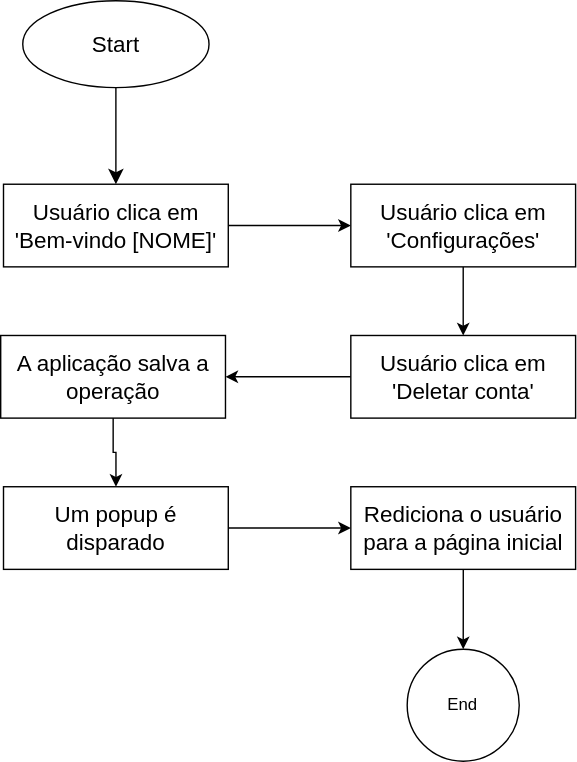
This is docs/img/CT06.svg from ICEI-PUC-Minas-PMV-SI/pmv-si-2023-2-pe1-t2-senectus, a draw.io export, as it was before one commit. Source tidied: cells renumbered, new cells last; positions are measured from the earlier drawing's top-left corner, leaving out a move shared by most shapes.
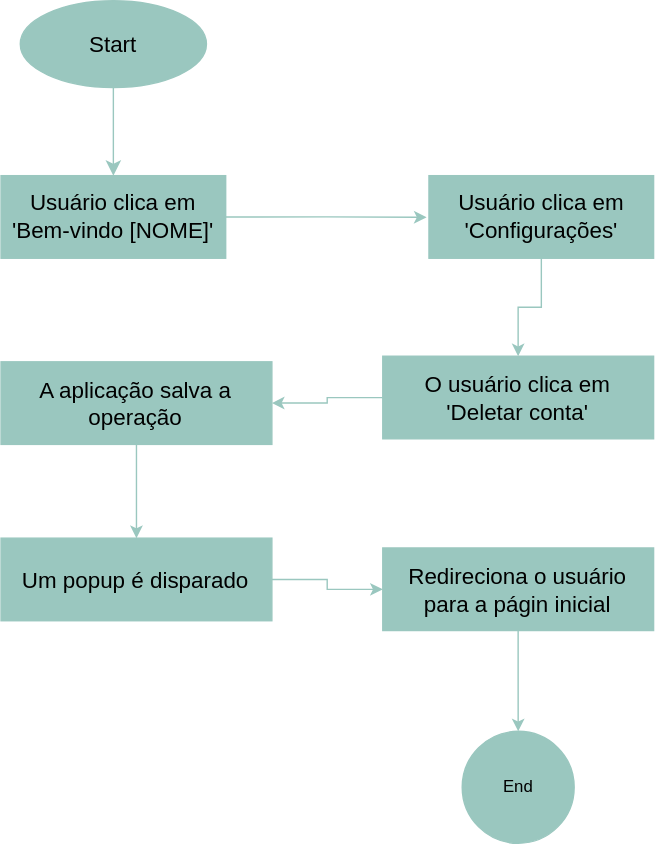
Above is the later version.

What changed in the source:
```diff
@@ -2,50 +2,52 @@
   <root>
     <mxCell id="0" />
     <mxCell id="1" parent="0" />
-    <mxCell id="2" style="edgeStyle=none;curved=1;rounded=0;jettySize=auto;html=1;fontSize=12;startSize=8;endSize=8;" parent="1" edge="1" source="3" target="5">
+    <mxCell id="2" style="edgeStyle=none;curved=1;rounded=0;jettySize=auto;html=1;fontSize=12;startSize=8;endSize=8;fillColor=#9AC7BF;strokeColor=#9AC7BF;" parent="1" edge="1" source="3" target="5">
       <mxGeometry relative="1" as="geometry" />
     </mxCell>
-    <mxCell id="3" value="Start" style="ellipse;whiteSpace=wrap;html=1;fontSize=16;" parent="1" vertex="1">
-      <mxGeometry x="15.8" width="133" height="62" as="geometry" />
+    <mxCell id="3" value="Start" style="ellipse;whiteSpace=wrap;html=1;fontSize=16;fillColor=#9AC7BF;strokeColor=#9AC7BF;" parent="1" vertex="1">
+      <mxGeometry x="-33" width="133" height="62" as="geometry" />
     </mxCell>
-    <mxCell id="4" style="edgeStyle=orthogonalEdgeStyle;rounded=0;jettySize=auto;html=1;" parent="1" edge="1" source="5" target="7">
-      <mxGeometry relative="1" as="geometry" />
-    </mxCell>
+    <mxCell id="17" style="edgeStyle=orthogonalEdgeStyle;rounded=0;jettySize=auto;html=1;exitX=1;exitY=0.5;exitDx=0;exitDy=0;fillColor=#9AC7BF;strokeColor=#9AC7BF;" parent="1" edge="1" source="5">
+      <mxGeometry relative="1" as="geometry">
+        <mxPoint x="257.3" y="154.7" as="targetPoint" />
+      </mxGeometry>
+    </mxCell>
-    <mxCell id="5" value="Usuário clica em&lt;br&gt;'Bem-vindo [NOME]'" style="rounded=0;whiteSpace=wrap;html=1;fontSize=16;" parent="1" vertex="1">
-      <mxGeometry x="2" y="131" width="160.5" height="59" as="geometry" />
+    <mxCell id="5" value="Usuário clica em&lt;br&gt;'Bem-vindo [NOME]'" style="rounded=0;whiteSpace=wrap;html=1;fontSize=16;fillColor=#9AC7BF;strokeColor=#9AC7BF;" parent="1" vertex="1">
+      <mxGeometry x="-46.8" y="125" width="160.5" height="59" as="geometry" />
     </mxCell>
-    <mxCell id="6" style="edgeStyle=orthogonalEdgeStyle;rounded=0;jettySize=auto;html=1;" parent="1" edge="1" source="7" target="9">
-      <mxGeometry relative="1" as="geometry" />
-    </mxCell>
+    <mxCell id="12" value="End" style="ellipse;whiteSpace=wrap;html=1;fillColor=#9AC7BF;strokeColor=#9AC7BF;" parent="1" vertex="1">
+      <mxGeometry x="282.8" y="522" width="80" height="80" as="geometry" />
+    </mxCell>
+    <mxCell id="18" style="edgeStyle=orthogonalEdgeStyle;rounded=0;jettySize=auto;html=1;fillColor=#9AC7BF;strokeColor=#9AC7BF;" parent="1" edge="1" source="7" target="20">
+      <mxGeometry relative="1" as="geometry" />
+    </mxCell>
-    <mxCell id="7" value="Usuário clica em&lt;br&gt;'Configurações'" style="rounded=0;whiteSpace=wrap;html=1;fontSize=16;" parent="1" vertex="1">
-      <mxGeometry x="250" y="131" width="160.5" height="59" as="geometry" />
+    <mxCell id="7" value="Usuário clica em &lt;br&gt;'Configurações'" style="rounded=0;whiteSpace=wrap;html=1;fontSize=16;fillColor=#9AC7BF;strokeColor=#9AC7BF;" parent="1" vertex="1">
+      <mxGeometry x="259" y="125" width="160.5" height="59" as="geometry" />
     </mxCell>
-    <mxCell id="8" style="edgeStyle=orthogonalEdgeStyle;rounded=0;jettySize=auto;html=1;" parent="1" edge="1" source="9" target="11">
-      <mxGeometry relative="1" as="geometry" />
-    </mxCell>
-    <mxCell id="9" value="Usuário clica em&lt;br&gt;'Deletar conta'" style="rounded=0;whiteSpace=wrap;html=1;fontSize=16;" parent="1" vertex="1">
-      <mxGeometry x="250" y="239" width="160.5" height="59" as="geometry" />
-    </mxCell>
+    <mxCell id="19" style="edgeStyle=orthogonalEdgeStyle;rounded=0;jettySize=auto;html=1;strokeColor=#9AC7BF;" parent="1" edge="1" source="20" target="11">
+      <mxGeometry relative="1" as="geometry" />
+    </mxCell>
+    <mxCell id="20" value="O usuário clica em &lt;br&gt;'Deletar conta'" style="rounded=0;whiteSpace=wrap;html=1;fontSize=16;fillColor=#9AC7BF;strokeColor=#9AC7BF;" parent="1" vertex="1">
+      <mxGeometry x="226" y="254" width="193.5" height="59" as="geometry" />
+    </mxCell>
-    <mxCell id="10" style="edgeStyle=orthogonalEdgeStyle;rounded=0;jettySize=auto;html=1;" parent="1" edge="1" source="11" target="14">
+    <mxCell id="10" style="edgeStyle=orthogonalEdgeStyle;rounded=0;jettySize=auto;html=1;strokeColor=#9AC7BF;" parent="1" edge="1" source="11" target="14">
       <mxGeometry relative="1" as="geometry" />
     </mxCell>
-    <mxCell id="11" value="A aplicação salva a operação" style="rounded=0;whiteSpace=wrap;html=1;fontSize=16;" parent="1" vertex="1">
-      <mxGeometry y="239" width="160.5" height="59" as="geometry" />
+    <mxCell id="11" value="A aplicação salva a operação" style="rounded=0;whiteSpace=wrap;html=1;fontSize=16;fillColor=#9AC7BF;strokeColor=#9AC7BF;" parent="1" vertex="1">
+      <mxGeometry x="-46.8" y="258" width="193.5" height="59" as="geometry" />
     </mxCell>
-    <mxCell id="12" value="End" style="ellipse;whiteSpace=wrap;html=1;" parent="1" vertex="1">
-      <mxGeometry x="290.2" y="463" width="80" height="80" as="geometry" />
-    </mxCell>
-    <mxCell id="13" style="edgeStyle=orthogonalEdgeStyle;rounded=0;jettySize=auto;html=1;" parent="1" edge="1" source="14" target="16">
-      <mxGeometry relative="1" as="geometry" />
-    </mxCell>
+    <mxCell id="21" style="edgeStyle=orthogonalEdgeStyle;rounded=0;jettySize=auto;html=1;strokeColor=#9AC7BF;" parent="1" edge="1" source="14" target="23">
+      <mxGeometry relative="1" as="geometry" />
+    </mxCell>
-    <mxCell id="14" value="Um popup é disparado" style="rounded=0;whiteSpace=wrap;html=1;fontSize=16;" parent="1" vertex="1">
-      <mxGeometry x="2" y="347" width="160.5" height="59" as="geometry" />
+    <mxCell id="14" value="Um popup é disparado" style="rounded=0;whiteSpace=wrap;html=1;fontSize=16;fillColor=#9AC7BF;strokeColor=#9AC7BF;" parent="1" vertex="1">
+      <mxGeometry x="-46.8" y="384" width="193.5" height="59" as="geometry" />
     </mxCell>
-    <mxCell id="15" style="edgeStyle=orthogonalEdgeStyle;rounded=0;jettySize=auto;html=1;" parent="1" edge="1" source="16" target="12">
-      <mxGeometry relative="1" as="geometry" />
-    </mxCell>
-    <mxCell id="16" value="Rediciona o usuário para a página inicial" style="rounded=0;whiteSpace=wrap;html=1;fontSize=16;" parent="1" vertex="1">
-      <mxGeometry x="250" y="347" width="160.5" height="59" as="geometry" />
-    </mxCell>
+    <mxCell id="22" style="edgeStyle=orthogonalEdgeStyle;rounded=0;jettySize=auto;html=1;strokeColor=#9AC7BF;" parent="1" edge="1" source="23" target="12">
+      <mxGeometry relative="1" as="geometry" />
+    </mxCell>
+    <mxCell id="23" value="Redireciona o usuário para a págin inicial" style="rounded=0;whiteSpace=wrap;html=1;fontSize=16;fillColor=#9AC7BF;strokeColor=#9AC7BF;" parent="1" vertex="1">
+      <mxGeometry x="226" y="391" width="193.5" height="59" as="geometry" />
+    </mxCell>
   </root>
 </mxGraphModel>
```
